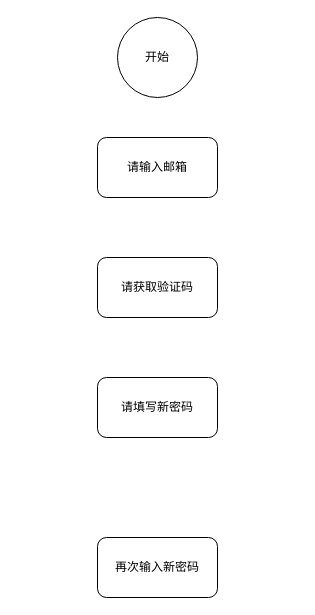
Above: LLSI/忘记密码验证码逻辑.drawio in 0573xieguojia/To-program (draw.io), before the change. Source tidied: cells renumbered, new cells numbered last; positions are measured from the earlier drawing's top-left corner, leaving out a move shared by most shapes. Both pictures are drawn from the tidied source at 100%, with x=0, y=0 at pixel (97, 17).
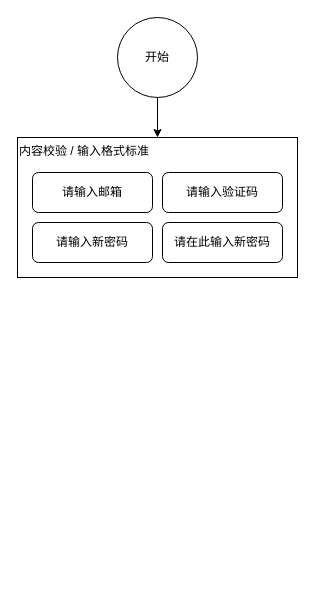
After the change.

Commit message:
更新忘记密码验证码逻辑.drawio

What changed in the source:
```diff
@@
 <mxGraphModel>
   <root>
     <mxCell id="0" />
     <mxCell id="1" parent="0" />
+    <mxCell id="7" value="内容校验 / 输入格式标准" style="rounded=0;whiteSpace=wrap;html=1;verticalAlign=top;align=left;" parent="1" vertex="1">
+      <mxGeometry x="-80" y="120" width="280" height="140" as="geometry" />
+    </mxCell>
+    <mxCell id="8" style="edgeStyle=orthogonalEdgeStyle;rounded=0;jettySize=auto;html=1;exitX=0.5;exitY=1;exitDx=0;exitDy=0;entryX=0.5;entryY=0;entryDx=0;entryDy=0;" parent="1" edge="1" source="2" target="7">
+      <mxGeometry relative="1" as="geometry" />
+    </mxCell>
     <mxCell id="2" value="开始" style="ellipse;whiteSpace=wrap;html=1;" parent="1" vertex="1">
       <mxGeometry x="20" width="80" height="80" as="geometry" />
     </mxCell>
     <mxCell id="3" value="请输入邮箱" style="rounded=1;whiteSpace=wrap;html=1;" parent="1" vertex="1">
-      <mxGeometry y="120" width="120" height="60" as="geometry" />
+      <mxGeometry x="-65" y="155" width="120" height="40" as="geometry" />
     </mxCell>
-    <mxCell id="4" value="请获取验证码" style="rounded=1;whiteSpace=wrap;html=1;" parent="1" vertex="1">
-      <mxGeometry y="240" width="120" height="60" as="geometry" />
+    <mxCell id="4" value="请输入验证码" style="rounded=1;whiteSpace=wrap;html=1;" parent="1" vertex="1">
+      <mxGeometry x="65" y="155" width="120" height="40" as="geometry" />
     </mxCell>
-    <mxCell id="5" value="请填写新密码" style="rounded=1;whiteSpace=wrap;html=1;" parent="1" vertex="1">
-      <mxGeometry y="360" width="120" height="60" as="geometry" />
+    <mxCell id="5" value="请输入新密码" style="rounded=1;whiteSpace=wrap;html=1;" parent="1" vertex="1">
+      <mxGeometry x="-65" y="205" width="120" height="40" as="geometry" />
     </mxCell>
-    <mxCell id="6" value="再次输入新密码" style="rounded=1;whiteSpace=wrap;html=1;" parent="1" vertex="1">
-      <mxGeometry y="520" width="120" height="60" as="geometry" />
+    <mxCell id="6" value="请在此输入新密码" style="rounded=1;whiteSpace=wrap;html=1;" parent="1" vertex="1">
+      <mxGeometry x="65" y="205" width="120" height="40" as="geometry" />
     </mxCell>
   </root>
 </mxGraphModel>
```
